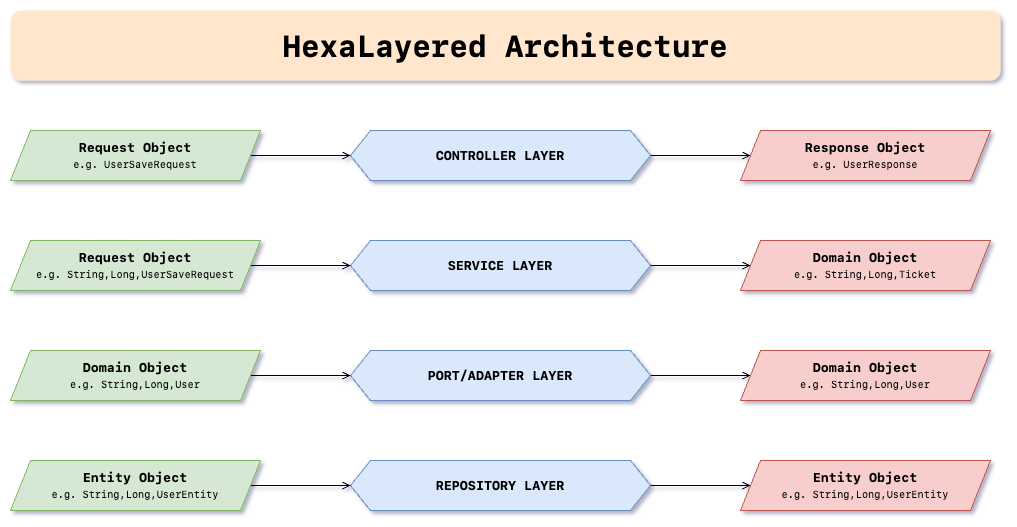
Before: documents/architecture/hexalayered-architecture.png, a diagram exported from draw.io (agitrubard/hexalayered-architecture). Source tidied: cells renumbered, new cells last; positions are measured from the earlier drawing's top-left corner, leaving out a move shared by most shapes.
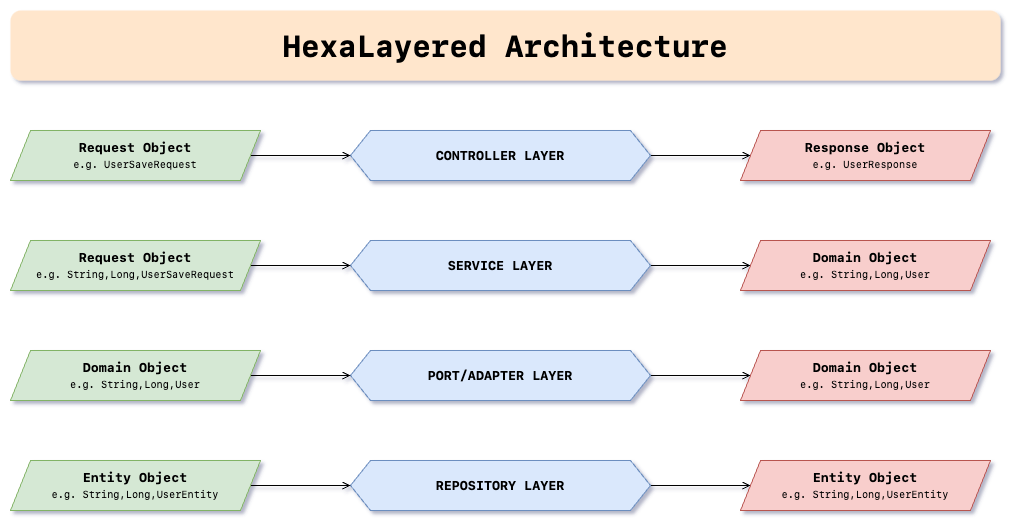
The same file after the commit.

Commit message:
Draw of `hexalayered-architecture` Has Been Fixed

The edit, as a diff of the source:
```diff
@@ -29,7 +29,7 @@
     <mxCell id="10" value="&lt;font face=&quot;SF Mono&quot; style=&quot;font-size: 13px&quot;&gt;Request Object&lt;br&gt;&lt;/font&gt;&lt;span style=&quot;font-family: &amp;quot;sf mono&amp;quot; ; font-size: 10px ; font-weight: 400&quot;&gt;e.g. String,Long,UserSaveRequest&lt;/span&gt;&lt;font face=&quot;SF Mono&quot; style=&quot;font-size: 13px&quot;&gt;&lt;br style=&quot;font-size: 13px&quot;&gt;&lt;/font&gt;" style="shape=parallelogram;perimeter=parallelogramPerimeter;whiteSpace=wrap;html=1;fixedSize=1;fillColor=#d5e8d4;strokeColor=#82b366;fontStyle=1;fontSize=13;" parent="1" vertex="1">
       <mxGeometry y="230" width="250" height="50" as="geometry" />
     </mxCell>
-    <mxCell id="11" value="&lt;font face=&quot;SF Mono&quot; style=&quot;font-size: 13px&quot;&gt;Domain&amp;nbsp;&lt;/font&gt;&lt;span style=&quot;font-family: &amp;quot;sf mono&amp;quot; ; font-size: 13px&quot;&gt;Object&lt;br&gt;&lt;/span&gt;&lt;span style=&quot;font-family: &amp;quot;sf mono&amp;quot; ; font-size: 10px ; font-weight: 400&quot;&gt;e.g. String,Long,Ticket&lt;/span&gt;&lt;span style=&quot;font-family: &amp;quot;sf mono&amp;quot; ; font-size: 13px&quot;&gt;&lt;br style=&quot;font-size: 13px&quot;&gt;&lt;/span&gt;" style="shape=parallelogram;perimeter=parallelogramPerimeter;whiteSpace=wrap;html=1;fixedSize=1;fillColor=#f8cecc;strokeColor=#b85450;fontStyle=1;fontSize=13;" parent="1" vertex="1">
+    <mxCell id="11" value="&lt;font face=&quot;SF Mono&quot; style=&quot;font-size: 13px&quot;&gt;Domain&amp;nbsp;&lt;/font&gt;&lt;span style=&quot;font-family: &amp;quot;sf mono&amp;quot; ; font-size: 13px&quot;&gt;Object&lt;br&gt;&lt;/span&gt;&lt;span style=&quot;font-family: &amp;quot;sf mono&amp;quot; ; font-size: 10px ; font-weight: 400&quot;&gt;e.g. String,Long,User&lt;/span&gt;&lt;span style=&quot;font-family: &amp;quot;sf mono&amp;quot; ; font-size: 13px&quot;&gt;&lt;br style=&quot;font-size: 13px&quot;&gt;&lt;/span&gt;" style="shape=parallelogram;perimeter=parallelogramPerimeter;whiteSpace=wrap;html=1;fixedSize=1;fillColor=#f8cecc;strokeColor=#b85450;fontStyle=1;fontSize=13;" parent="1" vertex="1">
       <mxGeometry x="730" y="230" width="250" height="50" as="geometry" />
     </mxCell>
     <mxCell id="12" style="edgeStyle=orthogonalEdgeStyle;rounded=0;jettySize=auto;html=1;exitX=1;exitY=0.5;exitDx=0;exitDy=0;endArrow=open;endFill=0;fontSize=13;" parent="1" edge="1" source="13" target="16">
```
